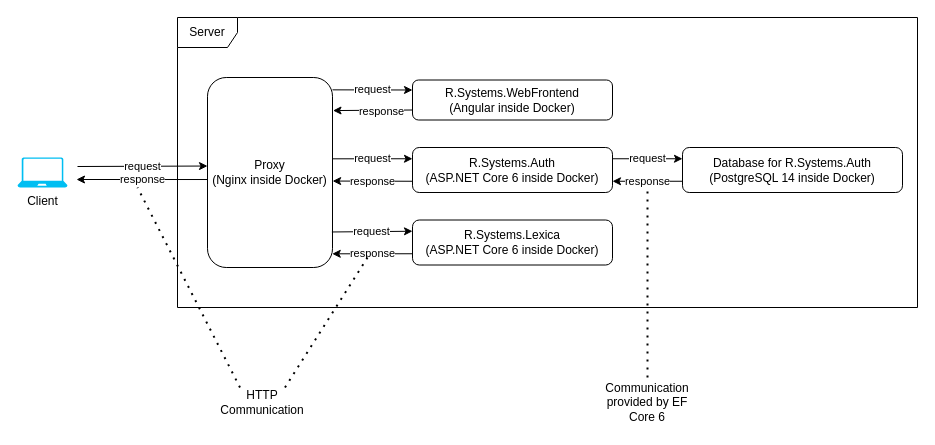
This is diagrams/network-architecture.drawio from lrydzkowski/R.Systems.Doc, a draw.io file, before an edit. Source tidied: cells renumbered, new cells numbered last; positions are measured from the earlier drawing's top-left corner, leaving out a move shared by most shapes. Both pictures are drawn from the tidied source at 100%, with x=0, y=0 at pixel (17, 17).
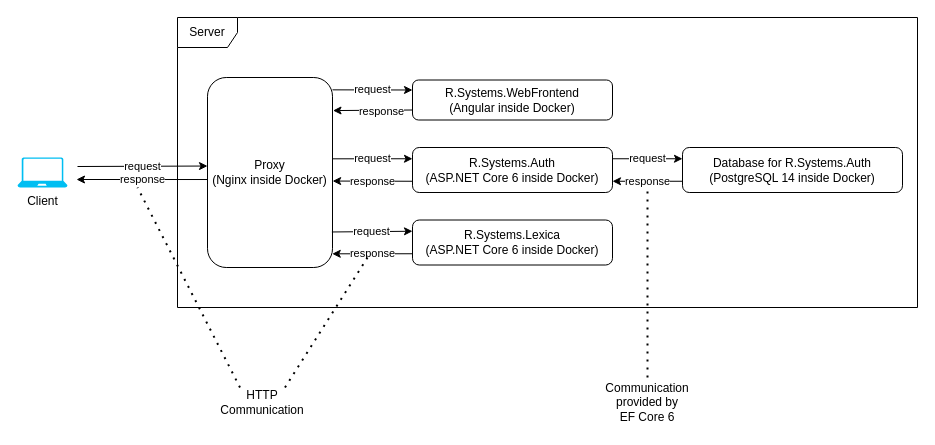
The same page after the edit.

Commit message (it also covers changes not shown here):
fix: label in network-architecture diagram

Change to the diagram source:
```diff
@@
-    <mxCell id="23" value="Communication provided by EF Core 6" style="text;html=1;strokeColor=none;fillColor=none;align=center;verticalAlign=middle;whiteSpace=wrap;rounded=0;" parent="1" vertex="1">
+    <mxCell id="23" value="Communication provided by&lt;br&gt;EF Core 6" style="text;html=1;strokeColor=none;fillColor=none;align=center;verticalAlign=middle;whiteSpace=wrap;rounded=0;" parent="1" vertex="1">
       <mxGeometry x="580" y="360" width="100" height="50" as="geometry" />
     </mxCell>
```
